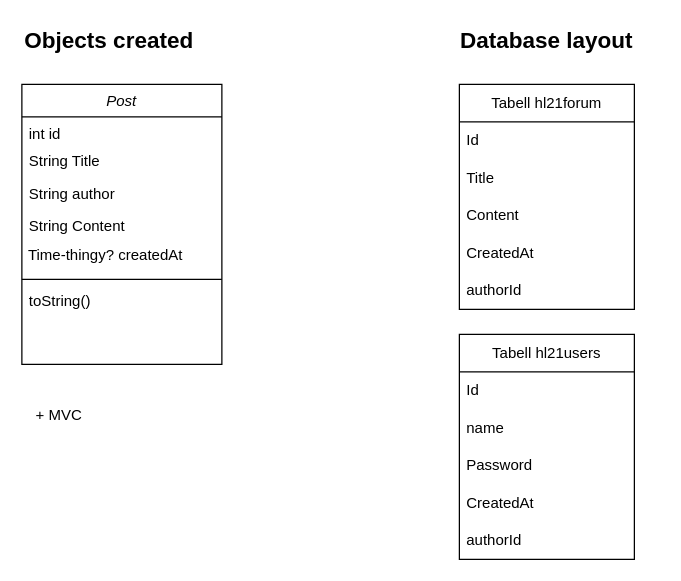
This is Docs/prg2-slutprojekt.drawio from Hjalmar-Lundmark/prg2-slutprojekt, a draw.io file, before an edit. Source tidied: cells renumbered, new cells numbered last; positions are measured from the earlier drawing's top-left corner, leaving out a move shared by most shapes. Both pictures are drawn from the tidied source at 125%, with x=0, y=0 at pixel (21, 21).
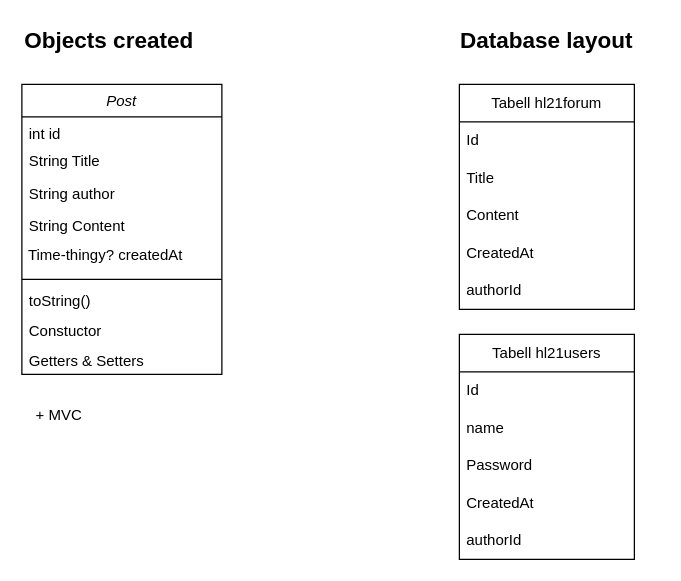
Above is the later version.

What changed in the source:
```diff
@@
     <mxCell id="2" value="Post" style="swimlane;fontStyle=2;align=center;verticalAlign=top;horizontal=1;startSize=26;rounded=0;shadow=0;strokeWidth=1;" parent="1" vertex="1">
-      <mxGeometry y="50" width="160" height="224" as="geometry" />
+      <mxGeometry y="50" width="160" height="232" as="geometry" />
     </mxCell>
@@
+    <mxCell id="25" value="Constuctor" style="text;align=left;verticalAlign=top;spacingLeft=4;spacingRight=4;overflow=hidden;" parent="2" vertex="1">
+      <mxGeometry y="184" width="160" height="24" as="geometry" />
+    </mxCell>
+    <mxCell id="26" value="Getters &amp; Setters" style="text;align=left;verticalAlign=top;spacingLeft=4;spacingRight=4;overflow=hidden;" parent="2" vertex="1">
+      <mxGeometry y="208" width="160" height="24" as="geometry" />
+    </mxCell>
```
